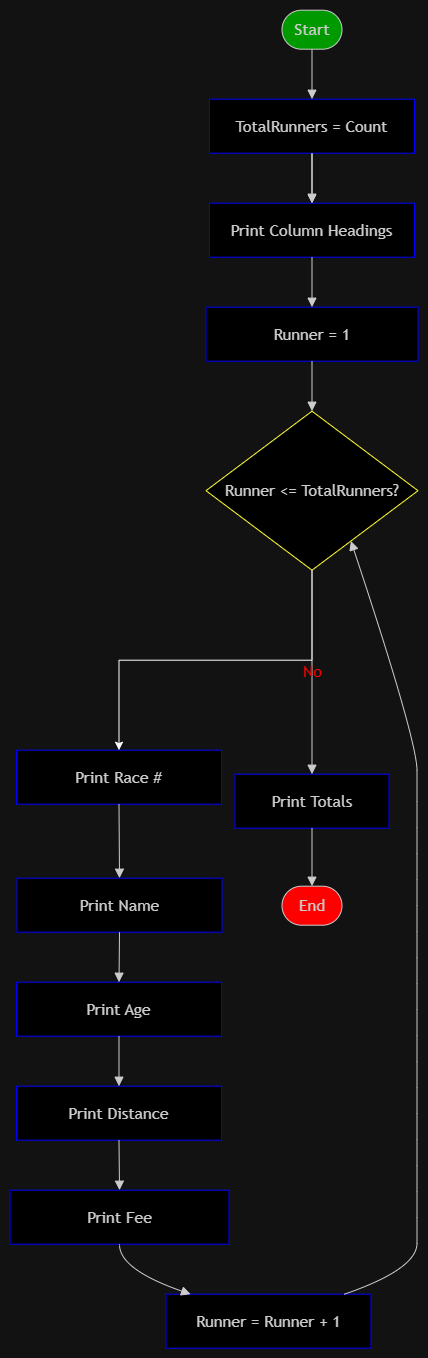
Before: flowchart_10.drawio.png, a diagram exported from draw.io (KKM196/menu-app). Source tidied: cells renumbered, new cells last; positions are measured from the earlier drawing's top-left corner, leaving out a move shared by most shapes. Its diagram source:
```xml
<mxGraphModel>
  <root>
    <mxCell id="0" />
    <mxCell id="1" parent="0" />
    <mxCell id="2" style="group;transparentBounds=1;editIcon=1;lockedGroup=0;groupPadding=10;" parent="1" vertex="1">
      <mxGeometry x="10" y="80" width="440" height="1224" as="geometry" />
    </mxCell>
    <mxCell id="3" value="Start" style="html=1;rounded=1;whiteSpace=wrap;arcSize=50;strokeWidth=1;fillColor=light-dark(#FFFFFF,#009900);strokeColor=light-dark(#9370DB,#cccccc);fontColor=light-dark(#333333,#cccccc);fontFamily=Trebuchet MS,Verdana,Arial,sans-serif;fontSize=16;" parent="2" vertex="1">
      <mxGeometry x="262" y="-80" width="60" height="39" as="geometry" />
    </mxCell>
    <mxCell id="4" style="edgeStyle=orthogonalEdgeStyle;rounded=0;jettySize=auto;html=1;" parent="2" edge="1" source="5" target="6">
      <mxGeometry relative="1" as="geometry" />
    </mxCell>
    <mxCell id="5" value="TotalRunners = Count" style="html=1;whiteSpace=wrap;strokeWidth=1;fillColor=light-dark(#000000,#000000);strokeColor=light-dark(#ECECFF,#0000FF);fontColor=light-dark(#333333,#cccccc);fontFamily=Trebuchet MS,Verdana,Arial,sans-serif;fontSize=16;" parent="2" vertex="1">
      <mxGeometry x="189.5" y="9" width="205" height="54" as="geometry" />
    </mxCell>
    <mxCell id="6" value="Print Column Headings" style="html=1;whiteSpace=wrap;strokeWidth=1;fillColor=light-dark(#000000,#000000);strokeColor=light-dark(#ECECFF,#0000FF);fontColor=light-dark(#333333,#cccccc);fontFamily=Trebuchet MS,Verdana,Arial,sans-serif;fontSize=16;" parent="2" vertex="1">
      <mxGeometry x="189.5" y="113" width="205" height="54" as="geometry" />
    </mxCell>
    <mxCell id="7" value="Runner = 1" style="html=1;whiteSpace=wrap;strokeWidth=1;fillColor=light-dark(#000000,#000000);strokeColor=light-dark(#ECECFF,#0000FF);fontColor=light-dark(#333333,#cccccc);fontFamily=Trebuchet MS,Verdana,Arial,sans-serif;fontSize=16;" parent="2" vertex="1">
      <mxGeometry x="186" y="217" width="212" height="54" as="geometry" />
    </mxCell>
    <mxCell id="8" style="edgeStyle=orthogonalEdgeStyle;rounded=0;jettySize=auto;html=1;" parent="2" edge="1" source="9" target="10">
      <mxGeometry relative="1" as="geometry" />
    </mxCell>
    <mxCell id="9" value="Runner &lt;= TotalRunners?" style="rhombus;html=1;strokeWidth=1;whiteSpace=wrap;fillColor=light-dark(#000000,#000000);strokeColor=light-dark(#000000,#FFFF33);fontColor=light-dark(#333333,#cccccc);fontFamily=Trebuchet MS,Verdana,Arial,sans-serif;fontSize=16;labelBorderColor=none;" parent="2" vertex="1">
      <mxGeometry x="186" y="321" width="212" height="159" as="geometry" />
    </mxCell>
    <mxCell id="10" value="Print Race #" style="html=1;whiteSpace=wrap;strokeWidth=1;fillColor=light-dark(#000000,#000000);strokeColor=light-dark(#ECECFF,#0000FF);fontColor=light-dark(#333333,#cccccc);fontFamily=Trebuchet MS,Verdana,Arial,sans-serif;fontSize=16;" parent="2" vertex="1">
      <mxGeometry x="-3.5" y="660" width="205" height="54" as="geometry" />
    </mxCell>
    <mxCell id="11" value="Print Name" style="html=1;whiteSpace=wrap;strokeWidth=1;fillColor=light-dark(#000000,#000000);strokeColor=light-dark(#ECECFF,#0000FF);fontColor=light-dark(#333333,#cccccc);fontFamily=Trebuchet MS,Verdana,Arial,sans-serif;fontSize=16;" parent="2" vertex="1">
      <mxGeometry x="-3" y="788" width="205" height="54" as="geometry" />
    </mxCell>
    <mxCell id="12" value="Print Age" style="html=1;whiteSpace=wrap;strokeWidth=1;fillColor=light-dark(#000000,#000000);strokeColor=light-dark(#ECECFF,#0000FF);fontColor=light-dark(#333333,#cccccc);fontFamily=Trebuchet MS,Verdana,Arial,sans-serif;fontSize=16;" parent="2" vertex="1">
      <mxGeometry x="-3.5" y="892" width="205" height="54" as="geometry" />
    </mxCell>
    <mxCell id="13" value="Print Distance" style="html=1;whiteSpace=wrap;strokeWidth=1;fillColor=light-dark(#000000,#000000);strokeColor=light-dark(#ECECFF,#0000FF);fontColor=light-dark(#333333,#cccccc);fontFamily=Trebuchet MS,Verdana,Arial,sans-serif;fontSize=16;" parent="2" vertex="1">
      <mxGeometry x="-3.5" y="996" width="205" height="54" as="geometry" />
    </mxCell>
    <mxCell id="14" value="Print Fee" style="html=1;whiteSpace=wrap;strokeWidth=1;fillColor=light-dark(#000000,#000000);strokeColor=light-dark(#ECECFF,#0000FF);fontColor=light-dark(#333333,#cccccc);fontFamily=Trebuchet MS,Verdana,Arial,sans-serif;fontSize=16;" parent="2" vertex="1">
      <mxGeometry x="-10" y="1100" width="219" height="54" as="geometry" />
    </mxCell>
    <mxCell id="15" value="Runner = Runner + 1" style="html=1;whiteSpace=wrap;strokeWidth=1;fillColor=light-dark(#000000,#000000);strokeColor=light-dark(#ECECFF,#0000FF);fontColor=light-dark(#333333,#cccccc);fontFamily=Trebuchet MS,Verdana,Arial,sans-serif;fontSize=16;" parent="2" vertex="1">
      <mxGeometry x="146" y="1204" width="205" height="54" as="geometry" />
    </mxCell>
    <mxCell id="16" value="Print Totals" style="html=1;whiteSpace=wrap;strokeWidth=1;fillColor=light-dark(#000000,#000000);strokeColor=light-dark(#ECECFF,#0000FF);fontColor=light-dark(#333333,#cccccc);fontFamily=Trebuchet MS,Verdana,Arial,sans-serif;fontSize=16;" parent="2" vertex="1">
      <mxGeometry x="215" y="684" width="154" height="54" as="geometry" />
    </mxCell>
    <mxCell id="17" value="End" style="html=1;rounded=1;whiteSpace=wrap;arcSize=50;strokeWidth=1;fillColor=light-dark(#000000,#FF0000);strokeColor=light-dark(#9370DB,#cccccc);fontColor=light-dark(#333333,#cccccc);fontFamily=Trebuchet MS,Verdana,Arial,sans-serif;fontSize=16;" parent="2" vertex="1">
      <mxGeometry x="262" y="796" width="60" height="39" as="geometry" />
    </mxCell>
    <mxCell id="18" style="curved=1;startArrow=none;endArrow=block;endSize=7;strokeColor=light-dark(#333333,#cccccc);exitX=0.5;exitY=1;entryX=0.5;entryY=0;rounded=0;" parent="2" edge="1" source="3" target="5">
      <mxGeometry relative="1" as="geometry" />
    </mxCell>
    <mxCell id="19" style="curved=1;startArrow=none;endArrow=block;endSize=7;strokeColor=light-dark(#333333,#cccccc);exitX=0.5;exitY=1;entryX=0.5;entryY=0;rounded=0;" parent="2" edge="1" source="5" target="6">
      <mxGeometry relative="1" as="geometry" />
    </mxCell>
    <mxCell id="20" style="curved=1;startArrow=none;endArrow=block;endSize=7;strokeColor=light-dark(#333333,#cccccc);exitX=0.5;exitY=1;entryX=0.5;entryY=0;rounded=0;" parent="2" edge="1" source="6" target="7">
      <mxGeometry relative="1" as="geometry" />
    </mxCell>
    <mxCell id="21" style="curved=1;startArrow=none;endArrow=block;endSize=7;strokeColor=light-dark(#333333,#cccccc);exitX=0.5;exitY=1;entryX=0.5;entryY=0;rounded=0;" parent="2" edge="1" source="7" target="9">
      <mxGeometry relative="1" as="geometry" />
    </mxCell>
    <mxCell id="22" style="curved=1;startArrow=none;endArrow=block;endSize=7;strokeColor=light-dark(#333333,#cccccc);exitX=0.5;exitY=1;entryX=0.5;entryY=0;rounded=0;" parent="2" edge="1" source="10" target="11">
      <mxGeometry relative="1" as="geometry" />
    </mxCell>
    <mxCell id="23" style="curved=1;startArrow=none;endArrow=block;endSize=7;strokeColor=light-dark(#333333,#cccccc);exitX=0.5;exitY=1;entryX=0.5;entryY=0;rounded=0;" parent="2" edge="1" source="11" target="12">
      <mxGeometry relative="1" as="geometry" />
    </mxCell>
    <mxCell id="24" style="curved=1;startArrow=none;endArrow=block;endSize=7;strokeColor=light-dark(#333333,#cccccc);exitX=0.5;exitY=1;entryX=0.5;entryY=0;rounded=0;" parent="2" edge="1" source="12" target="13">
      <mxGeometry relative="1" as="geometry" />
    </mxCell>
    <mxCell id="25" style="curved=1;startArrow=none;endArrow=block;endSize=7;strokeColor=light-dark(#333333,#cccccc);exitX=0.5;exitY=1;entryX=0.5;entryY=0;rounded=0;" parent="2" edge="1" source="13" target="14">
      <mxGeometry relative="1" as="geometry" />
    </mxCell>
    <mxCell id="26" style="curved=1;startArrow=none;endArrow=block;endSize=7;strokeColor=light-dark(#333333,#cccccc);exitX=0.5;exitY=1;entryX=0.12;entryY=0;rounded=0;" parent="2" edge="1" source="14" target="15">
      <mxGeometry relative="1" as="geometry">
        <Array as="points">
          <mxPoint x="99" y="1179" />
        </Array>
      </mxGeometry>
    </mxCell>
    <mxCell id="27" style="curved=1;startArrow=none;endArrow=block;endSize=7;strokeColor=light-dark(#333333,#cccccc);exitX=0.87;exitY=0;entryX=0.79;entryY=1;rounded=0;" parent="2" edge="1" source="15" target="9">
      <mxGeometry relative="1" as="geometry">
        <Array as="points">
          <mxPoint x="397" y="1179" />
          <mxPoint x="397" y="1127" />
          <mxPoint x="397" y="1075" />
          <mxPoint x="397" y="1023" />
          <mxPoint x="397" y="971" />
          <mxPoint x="397" y="919" />
          <mxPoint x="397" y="867" />
          <mxPoint x="397" y="815" />
          <mxPoint x="397" y="763" />
          <mxPoint x="397" y="711" />
          <mxPoint x="397" y="650" />
        </Array>
      </mxGeometry>
    </mxCell>
    <mxCell id="28" value="No" style="curved=1;startArrow=none;endArrow=block;endSize=7;strokeColor=light-dark(#333333,#cccccc);html=1;fontSize=16;labelBackgroundColor=none;fontFamily=Trebuchet MS,Verdana,Arial,sans-serif;fontColor=light-dark(#000000,#FF0000);exitX=0.5;exitY=1;entryX=0.5;entryY=0;rounded=0;" parent="2" edge="1" source="9" target="16">
      <mxGeometry relative="1" as="geometry" />
    </mxCell>
    <mxCell id="29" style="curved=1;startArrow=none;endArrow=block;endSize=7;strokeColor=light-dark(#333333,#cccccc);exitX=0.5;exitY=1;entryX=0.5;entryY=0;rounded=0;" parent="2" edge="1" source="16" target="17">
      <mxGeometry relative="1" as="geometry" />
    </mxCell>
  </root>
</mxGraphModel>
```
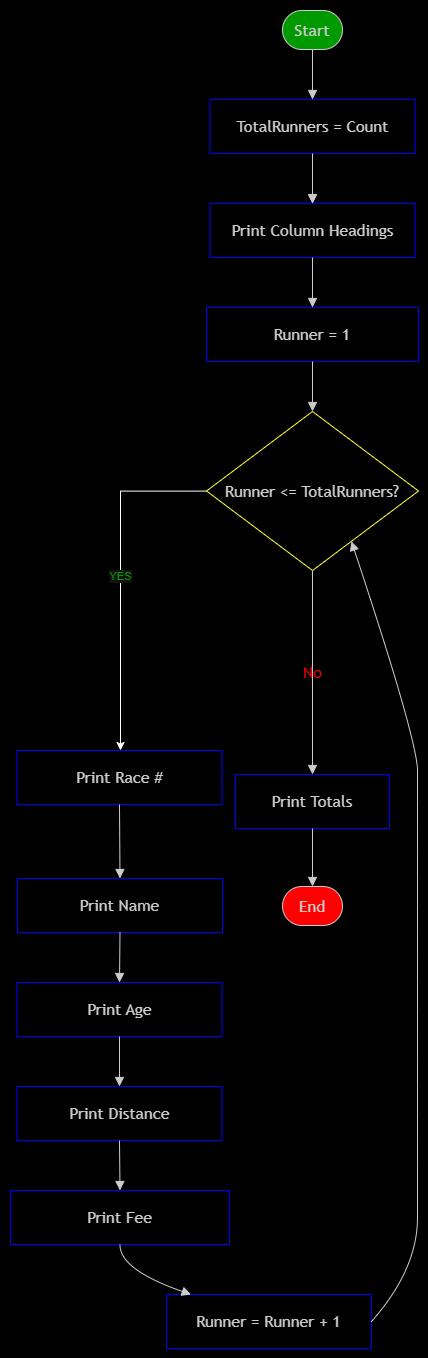
Above is the later version.

Diff of the diagram source:
```diff
@@ -1,4 +1,4 @@
-<mxGraphModel>
+<mxGraphModel background="light-dark(#FFFFFF,#000000)">
   <root>
     <mxCell id="0" />
     <mxCell id="1" parent="0" />
@@ -6,49 +6,51 @@
       <mxGeometry x="10" y="80" width="440" height="1224" as="geometry" />
     </mxCell>
     <mxCell id="3" value="Start" style="html=1;rounded=1;whiteSpace=wrap;arcSize=50;strokeWidth=1;fillColor=light-dark(#FFFFFF,#009900);strokeColor=light-dark(#9370DB,#cccccc);fontColor=light-dark(#333333,#cccccc);fontFamily=Trebuchet MS,Verdana,Arial,sans-serif;fontSize=16;" parent="2" vertex="1">
-      <mxGeometry x="262" y="-80" width="60" height="39" as="geometry" />
+      <mxGeometry x="232" y="-80" width="60" height="39" as="geometry" />
     </mxCell>
     <mxCell id="4" style="edgeStyle=orthogonalEdgeStyle;rounded=0;jettySize=auto;html=1;" parent="2" edge="1" source="5" target="6">
       <mxGeometry relative="1" as="geometry" />
     </mxCell>
     <mxCell id="5" value="TotalRunners = Count" style="html=1;whiteSpace=wrap;strokeWidth=1;fillColor=light-dark(#000000,#000000);strokeColor=light-dark(#ECECFF,#0000FF);fontColor=light-dark(#333333,#cccccc);fontFamily=Trebuchet MS,Verdana,Arial,sans-serif;fontSize=16;" parent="2" vertex="1">
-      <mxGeometry x="189.5" y="9" width="205" height="54" as="geometry" />
+      <mxGeometry x="159.5" y="9" width="205" height="54" as="geometry" />
     </mxCell>
     <mxCell id="6" value="Print Column Headings" style="html=1;whiteSpace=wrap;strokeWidth=1;fillColor=light-dark(#000000,#000000);strokeColor=light-dark(#ECECFF,#0000FF);fontColor=light-dark(#333333,#cccccc);fontFamily=Trebuchet MS,Verdana,Arial,sans-serif;fontSize=16;" parent="2" vertex="1">
-      <mxGeometry x="189.5" y="113" width="205" height="54" as="geometry" />
+      <mxGeometry x="159.5" y="113" width="205" height="54" as="geometry" />
     </mxCell>
     <mxCell id="7" value="Runner = 1" style="html=1;whiteSpace=wrap;strokeWidth=1;fillColor=light-dark(#000000,#000000);strokeColor=light-dark(#ECECFF,#0000FF);fontColor=light-dark(#333333,#cccccc);fontFamily=Trebuchet MS,Verdana,Arial,sans-serif;fontSize=16;" parent="2" vertex="1">
-      <mxGeometry x="186" y="217" width="212" height="54" as="geometry" />
+      <mxGeometry x="156" y="217" width="212" height="54" as="geometry" />
     </mxCell>
-    <mxCell id="8" style="edgeStyle=orthogonalEdgeStyle;rounded=0;jettySize=auto;html=1;" parent="2" edge="1" source="9" target="10">
-      <mxGeometry relative="1" as="geometry" />
-    </mxCell>
+    <mxCell id="30" value="YES" style="edgeStyle=orthogonalEdgeStyle;rounded=0;jettySize=auto;html=1;fontColor=light-dark(#FFFFFF,#009900);" parent="2" edge="1" source="9">
+      <mxGeometry relative="1" as="geometry">
+        <mxPoint x="70" y="660" as="targetPoint" />
+      </mxGeometry>
+    </mxCell>
     <mxCell id="9" value="Runner &lt;= TotalRunners?" style="rhombus;html=1;strokeWidth=1;whiteSpace=wrap;fillColor=light-dark(#000000,#000000);strokeColor=light-dark(#000000,#FFFF33);fontColor=light-dark(#333333,#cccccc);fontFamily=Trebuchet MS,Verdana,Arial,sans-serif;fontSize=16;labelBorderColor=none;" parent="2" vertex="1">
-      <mxGeometry x="186" y="321" width="212" height="159" as="geometry" />
+      <mxGeometry x="156" y="321" width="212" height="159" as="geometry" />
     </mxCell>
     <mxCell id="10" value="Print Race #" style="html=1;whiteSpace=wrap;strokeWidth=1;fillColor=light-dark(#000000,#000000);strokeColor=light-dark(#ECECFF,#0000FF);fontColor=light-dark(#333333,#cccccc);fontFamily=Trebuchet MS,Verdana,Arial,sans-serif;fontSize=16;" parent="2" vertex="1">
-      <mxGeometry x="-3.5" y="660" width="205" height="54" as="geometry" />
+      <mxGeometry x="-33.5" y="660" width="205" height="54" as="geometry" />
     </mxCell>
     <mxCell id="11" value="Print Name" style="html=1;whiteSpace=wrap;strokeWidth=1;fillColor=light-dark(#000000,#000000);strokeColor=light-dark(#ECECFF,#0000FF);fontColor=light-dark(#333333,#cccccc);fontFamily=Trebuchet MS,Verdana,Arial,sans-serif;fontSize=16;" parent="2" vertex="1">
-      <mxGeometry x="-3" y="788" width="205" height="54" as="geometry" />
+      <mxGeometry x="-33" y="788" width="205" height="54" as="geometry" />
     </mxCell>
     <mxCell id="12" value="Print Age" style="html=1;whiteSpace=wrap;strokeWidth=1;fillColor=light-dark(#000000,#000000);strokeColor=light-dark(#ECECFF,#0000FF);fontColor=light-dark(#333333,#cccccc);fontFamily=Trebuchet MS,Verdana,Arial,sans-serif;fontSize=16;" parent="2" vertex="1">
-      <mxGeometry x="-3.5" y="892" width="205" height="54" as="geometry" />
+      <mxGeometry x="-33.5" y="892" width="205" height="54" as="geometry" />
     </mxCell>
     <mxCell id="13" value="Print Distance" style="html=1;whiteSpace=wrap;strokeWidth=1;fillColor=light-dark(#000000,#000000);strokeColor=light-dark(#ECECFF,#0000FF);fontColor=light-dark(#333333,#cccccc);fontFamily=Trebuchet MS,Verdana,Arial,sans-serif;fontSize=16;" parent="2" vertex="1">
-      <mxGeometry x="-3.5" y="996" width="205" height="54" as="geometry" />
+      <mxGeometry x="-33.5" y="996" width="205" height="54" as="geometry" />
     </mxCell>
     <mxCell id="14" value="Print Fee" style="html=1;whiteSpace=wrap;strokeWidth=1;fillColor=light-dark(#000000,#000000);strokeColor=light-dark(#ECECFF,#0000FF);fontColor=light-dark(#333333,#cccccc);fontFamily=Trebuchet MS,Verdana,Arial,sans-serif;fontSize=16;" parent="2" vertex="1">
-      <mxGeometry x="-10" y="1100" width="219" height="54" as="geometry" />
+      <mxGeometry x="-40" y="1100" width="219" height="54" as="geometry" />
     </mxCell>
     <mxCell id="15" value="Runner = Runner + 1" style="html=1;whiteSpace=wrap;strokeWidth=1;fillColor=light-dark(#000000,#000000);strokeColor=light-dark(#ECECFF,#0000FF);fontColor=light-dark(#333333,#cccccc);fontFamily=Trebuchet MS,Verdana,Arial,sans-serif;fontSize=16;" parent="2" vertex="1">
-      <mxGeometry x="146" y="1204" width="205" height="54" as="geometry" />
+      <mxGeometry x="116" y="1204" width="205" height="54" as="geometry" />
     </mxCell>
     <mxCell id="16" value="Print Totals" style="html=1;whiteSpace=wrap;strokeWidth=1;fillColor=light-dark(#000000,#000000);strokeColor=light-dark(#ECECFF,#0000FF);fontColor=light-dark(#333333,#cccccc);fontFamily=Trebuchet MS,Verdana,Arial,sans-serif;fontSize=16;" parent="2" vertex="1">
-      <mxGeometry x="215" y="684" width="154" height="54" as="geometry" />
+      <mxGeometry x="185" y="684" width="154" height="54" as="geometry" />
     </mxCell>
     <mxCell id="17" value="End" style="html=1;rounded=1;whiteSpace=wrap;arcSize=50;strokeWidth=1;fillColor=light-dark(#000000,#FF0000);strokeColor=light-dark(#9370DB,#cccccc);fontColor=light-dark(#333333,#cccccc);fontFamily=Trebuchet MS,Verdana,Arial,sans-serif;fontSize=16;" parent="2" vertex="1">
-      <mxGeometry x="262" y="796" width="60" height="39" as="geometry" />
+      <mxGeometry x="232" y="796" width="60" height="39" as="geometry" />
     </mxCell>
     <mxCell id="18" style="curved=1;startArrow=none;endArrow=block;endSize=7;strokeColor=light-dark(#333333,#cccccc);exitX=0.5;exitY=1;entryX=0.5;entryY=0;rounded=0;" parent="2" edge="1" source="3" target="5">
       <mxGeometry relative="1" as="geometry" />
@@ -77,24 +79,23 @@
     <mxCell id="26" style="curved=1;startArrow=none;endArrow=block;endSize=7;strokeColor=light-dark(#333333,#cccccc);exitX=0.5;exitY=1;entryX=0.12;entryY=0;rounded=0;" parent="2" edge="1" source="14" target="15">
       <mxGeometry relative="1" as="geometry">
         <Array as="points">
-          <mxPoint x="99" y="1179" />
+          <mxPoint x="69" y="1179" />
         </Array>
       </mxGeometry>
     </mxCell>
-    <mxCell id="27" style="curved=1;startArrow=none;endArrow=block;endSize=7;strokeColor=light-dark(#333333,#cccccc);exitX=0.87;exitY=0;entryX=0.79;entryY=1;rounded=0;" parent="2" edge="1" source="15" target="9">
+    <mxCell id="27" style="curved=1;startArrow=none;endArrow=block;endSize=7;strokeColor=light-dark(#333333,#cccccc);exitX=1;exitY=0.5;entryX=0.79;entryY=1;rounded=0;exitDx=0;exitDy=0;" parent="2" edge="1" source="15" target="9">
       <mxGeometry relative="1" as="geometry">
         <Array as="points">
-          <mxPoint x="397" y="1179" />
-          <mxPoint x="397" y="1127" />
-          <mxPoint x="397" y="1075" />
-          <mxPoint x="397" y="1023" />
-          <mxPoint x="397" y="971" />
-          <mxPoint x="397" y="919" />
-          <mxPoint x="397" y="867" />
-          <mxPoint x="397" y="815" />
-          <mxPoint x="397" y="763" />
-          <mxPoint x="397" y="711" />
-          <mxPoint x="397" y="650" />
+          <mxPoint x="367" y="1179" />
+          <mxPoint x="367" y="1075" />
+          <mxPoint x="367" y="1023" />
+          <mxPoint x="367" y="971" />
+          <mxPoint x="367" y="919" />
+          <mxPoint x="367" y="867" />
+          <mxPoint x="367" y="815" />
+          <mxPoint x="367" y="763" />
+          <mxPoint x="367" y="711" />
+          <mxPoint x="367" y="650" />
         </Array>
       </mxGeometry>
     </mxCell>
```
